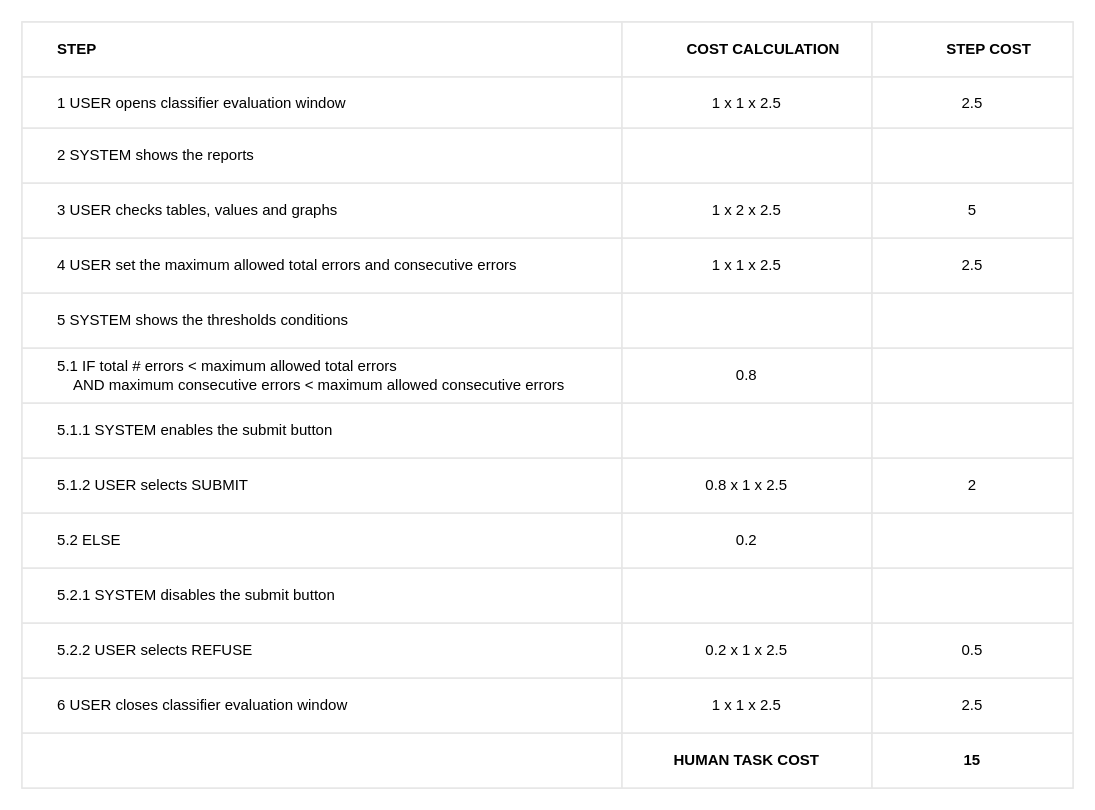
Before: evaluate classifier/EVALUATE_CLASSIFIER_TABLE.drawio in BaffoBello14/AutomaticDamagesRecognition, a draw.io diagram. Source tidied: cells renumbered, new cells numbered last; positions are measured from the earlier drawing's top-left corner, leaving out a move shared by most shapes. Both pictures are drawn from the tidied source at 125%, with x=0, y=0 at pixel (21, 21).
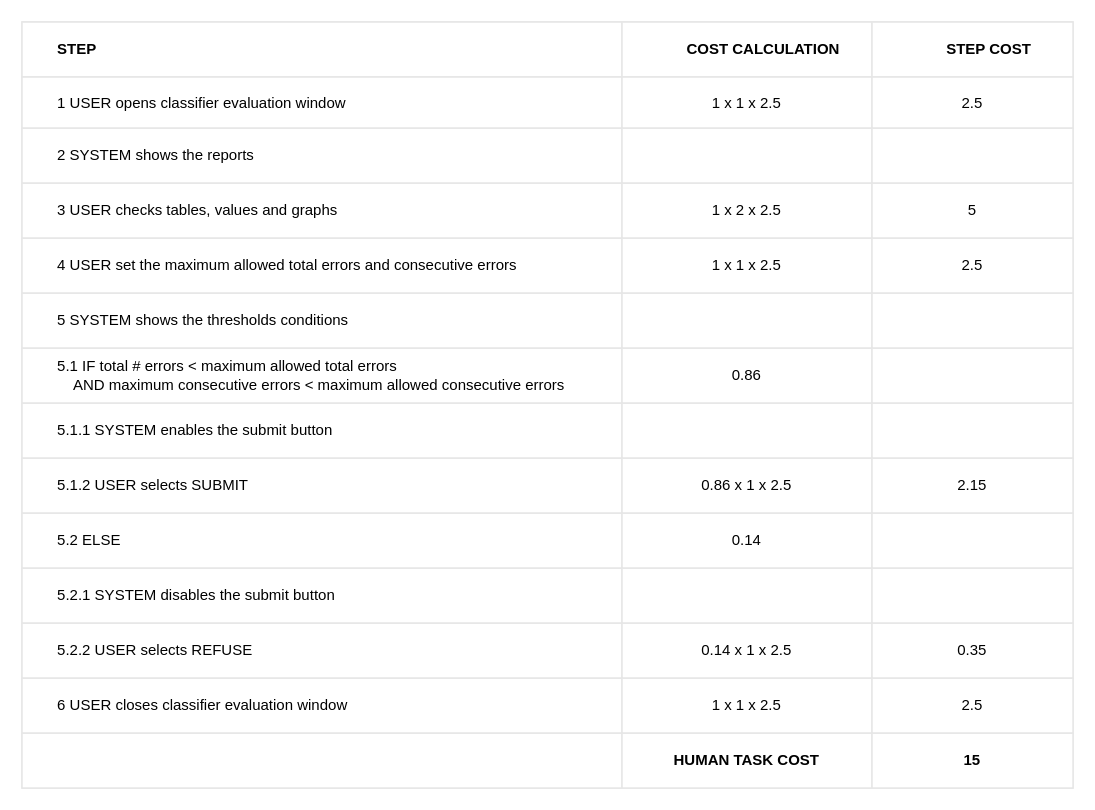
The same diagram, later.

The change refers to these unchanged cells:
```xml
<mxCell id="27" style="shape=tableRow;horizontal=0;startSize=0;swimlaneHead=0;swimlaneBody=0;top=0;left=0;bottom=0;right=0;fontStyle=0;fillColor=none;strokeColor=inherit;align=center;" parent="2" vertex="1">
  <mxGeometry y="261" width="841" height="44" as="geometry" />
</mxCell>
<mxCell id="35" style="shape=tableRow;horizontal=0;startSize=0;swimlaneHead=0;swimlaneBody=0;top=0;left=0;bottom=0;right=0;fontStyle=0;fillColor=none;strokeColor=inherit;align=center;" parent="2" vertex="1">
  <mxGeometry y="349" width="841" height="44" as="geometry" />
</mxCell>
<mxCell id="39" style="shape=tableRow;horizontal=0;startSize=0;swimlaneHead=0;swimlaneBody=0;top=0;left=0;bottom=0;right=0;fontStyle=0;fillColor=none;strokeColor=inherit;align=center;" parent="2" vertex="1">
  <mxGeometry y="393" width="841" height="44" as="geometry" />
</mxCell>
<mxCell id="47" style="shape=tableRow;horizontal=0;startSize=0;swimlaneHead=0;swimlaneBody=0;top=0;left=0;bottom=0;right=0;fontStyle=0;fillColor=none;strokeColor=inherit;align=center;" parent="2" vertex="1">
  <mxGeometry y="481" width="841" height="44" as="geometry" />
</mxCell>
```

The edit, as a diff of the source:
```diff
@@
-    <mxCell id="29" value="0.8" style="strokeColor=inherit;fillColor=none;align=center;whiteSpace=wrap;html=1;" parent="27" vertex="1">
+    <mxCell id="29" value="0.86" style="strokeColor=inherit;fillColor=none;align=center;whiteSpace=wrap;html=1;" parent="27" vertex="1">
       <mxGeometry x="480" width="200" height="44" as="geometry" />
     </mxCell>
@@
-    <mxCell id="37" value="&lt;span style=&quot;&quot;&gt;&lt;span style=&quot;white-space: pre;&quot;&gt;0.8&lt;/span&gt;&lt;/span&gt;&amp;nbsp;x 1 x 2.5" style="strokeColor=inherit;fillColor=none;align=center;whiteSpace=wrap;html=1;" parent="35" vertex="1">
+    <mxCell id="37" value="&lt;span style=&quot;&quot;&gt;&lt;span style=&quot;white-space: pre;&quot;&gt;0.86&lt;/span&gt;&lt;/span&gt;&amp;nbsp;x 1 x 2.5" style="strokeColor=inherit;fillColor=none;align=center;whiteSpace=wrap;html=1;" parent="35" vertex="1">
       <mxGeometry x="480" width="200" height="44" as="geometry" />
     </mxCell>
-    <mxCell id="38" value="2" style="strokeColor=inherit;fillColor=none;align=center;whiteSpace=wrap;html=1;" parent="35" vertex="1">
+    <mxCell id="38" value="2.15" style="strokeColor=inherit;fillColor=none;align=center;whiteSpace=wrap;html=1;" parent="35" vertex="1">
       <mxGeometry x="680" width="161" height="44" as="geometry" />
     </mxCell>
@@
-    <mxCell id="41" value="0.2" style="strokeColor=inherit;fillColor=none;align=center;whiteSpace=wrap;html=1;" parent="39" vertex="1">
+    <mxCell id="41" value="0.14" style="strokeColor=inherit;fillColor=none;align=center;whiteSpace=wrap;html=1;" parent="39" vertex="1">
       <mxGeometry x="480" width="200" height="44" as="geometry" />
     </mxCell>
@@
-    <mxCell id="49" value="&lt;span style=&quot;&quot;&gt;&lt;span style=&quot;white-space: pre;&quot;&gt;0.2&lt;/span&gt;&lt;/span&gt;&amp;nbsp;x 1 x 2.5" style="strokeColor=inherit;fillColor=none;align=center;whiteSpace=wrap;html=1;" parent="47" vertex="1">
+    <mxCell id="49" value="&lt;span style=&quot;&quot;&gt;&lt;span style=&quot;white-space: pre;&quot;&gt;0.14&lt;/span&gt;&lt;/span&gt;&amp;nbsp;x 1 x 2.5" style="strokeColor=inherit;fillColor=none;align=center;whiteSpace=wrap;html=1;" parent="47" vertex="1">
       <mxGeometry x="480" width="200" height="44" as="geometry" />
     </mxCell>
-    <mxCell id="50" value="0.5" style="strokeColor=inherit;fillColor=none;align=center;whiteSpace=wrap;html=1;" parent="47" vertex="1">
+    <mxCell id="50" value="0.35" style="strokeColor=inherit;fillColor=none;align=center;whiteSpace=wrap;html=1;" parent="47" vertex="1">
       <mxGeometry x="680" width="161" height="44" as="geometry" />
     </mxCell>
```
